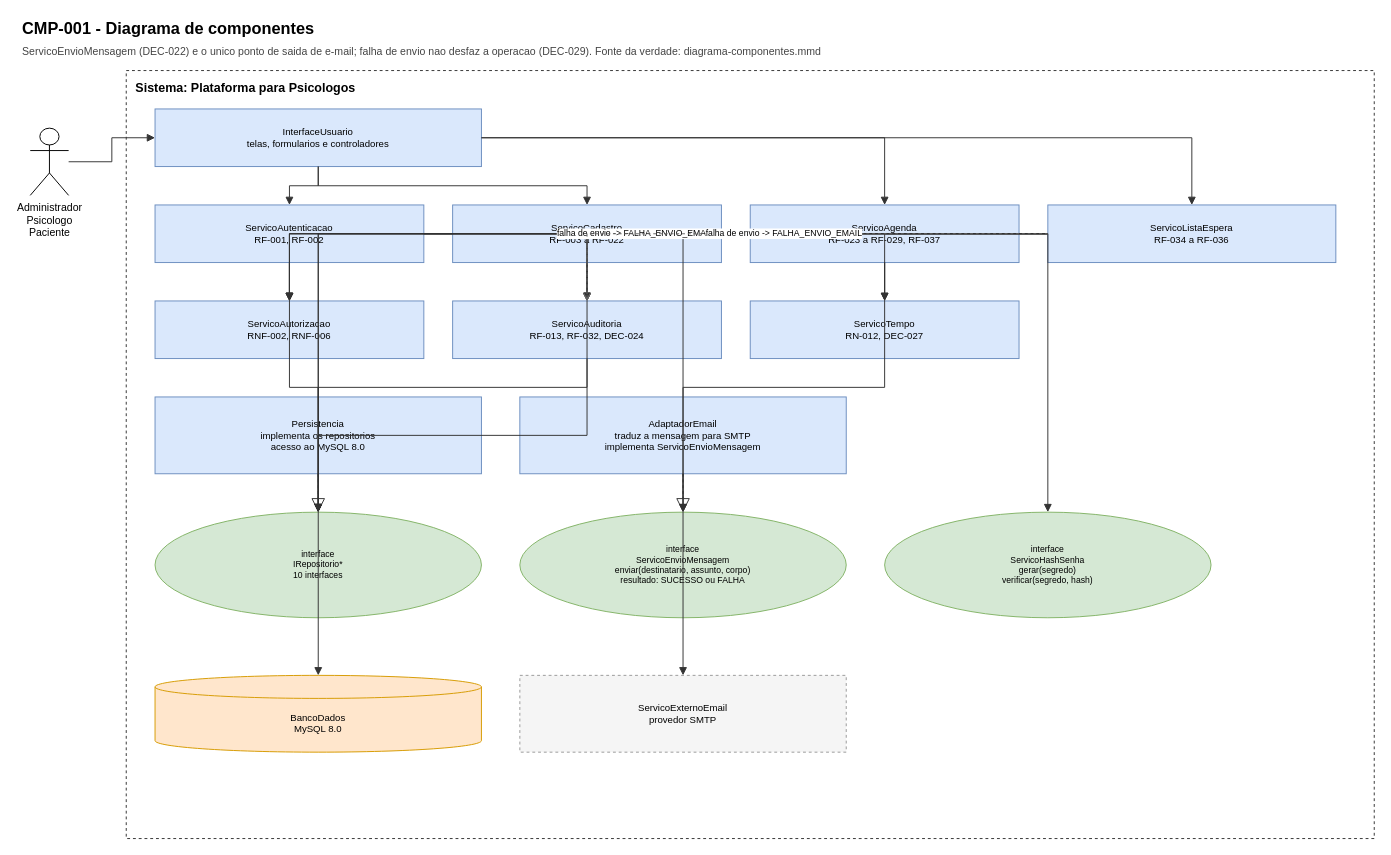
This is 03-uml/Componentes/diagrama-componentes.drawio.xml from taiyo4/MOO-AV3, a draw.io file, before an edit. Source tidied: cells renumbered, new cells numbered last; positions are measured from the earlier drawing's top-left corner, leaving out a move shared by most shapes. Both pictures are drawn from the tidied source at 96%, with x=0, y=0 at pixel (20, 16).
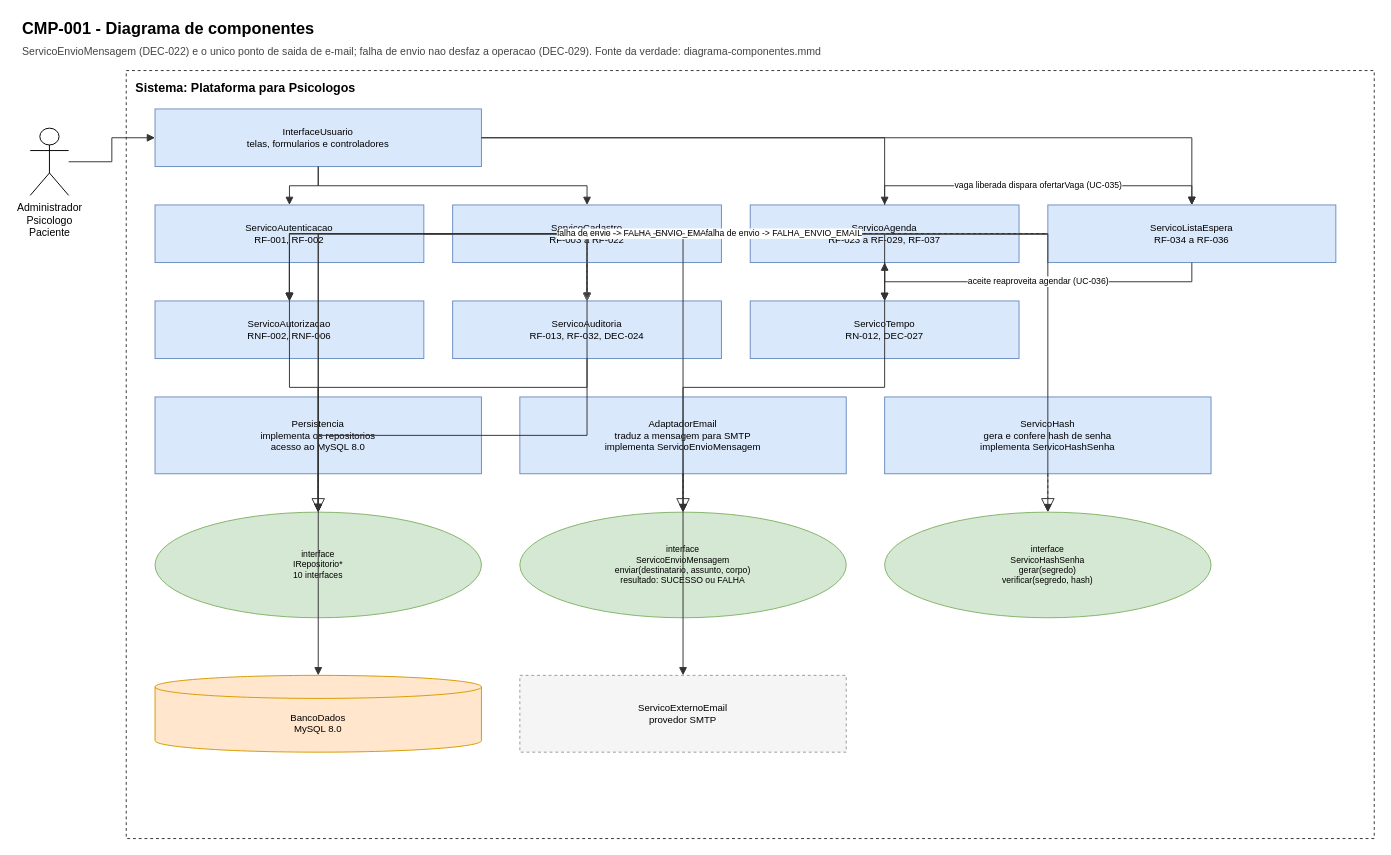
Above is the later version.

Unchanged cells that the change refers to:
```xml
<mxCell id="9" value="ServicoAgenda&lt;br&gt;RF-023 a RF-029, RF-037" style="rounded=0;whiteSpace=wrap;html=1;fillColor=#dae8fc;strokeColor=#6c8ebf;fontSize=10;align=center;verticalAlign=middle;" parent="1" vertex="1">
  <mxGeometry x="760" y="196" width="280" height="60" as="geometry" />
</mxCell>
<mxCell id="10" value="ServicoListaEspera&lt;br&gt;RF-034 a RF-036" style="rounded=0;whiteSpace=wrap;html=1;fillColor=#dae8fc;strokeColor=#6c8ebf;fontSize=10;align=center;verticalAlign=middle;" parent="1" vertex="1">
  <mxGeometry x="1070" y="196" width="300" height="60" as="geometry" />
</mxCell>
<mxCell id="18" value="interface&lt;br&gt;ServicoHashSenha&lt;br&gt;gerar(segredo)&lt;br&gt;verificar(segredo, hash)" style="ellipse;whiteSpace=wrap;html=1;fillColor=#d5e8d4;strokeColor=#82b366;fontSize=9;align=center;verticalAlign=middle;" parent="1" vertex="1">
  <mxGeometry x="900" y="516" width="340" height="110" as="geometry" />
</mxCell>
```

Diff of the diagram source:
```diff
@@
+    <mxCell id="50" value="ServicoHash&lt;br&gt;gera e confere hash de senha&lt;br&gt;implementa ServicoHashSenha" style="rounded=0;whiteSpace=wrap;html=1;fillColor=#dae8fc;strokeColor=#6c8ebf;fontSize=10;align=center;verticalAlign=middle;" parent="1" vertex="1">
+      <mxGeometry x="900" y="396" width="340" height="80" as="geometry" />
+    </mxCell>
@@
+    <mxCell id="51" style="edgeStyle=orthogonalEdgeStyle;rounded=0;html=1;endArrow=block;endFill=0;dashed=1;endSize=12;fontSize=9;labelBackgroundColor=#ffffff;strokeColor=#333333;" parent="1" edge="1" source="50" target="18">
+      <mxGeometry relative="1" as="geometry" />
+    </mxCell>
+    <mxCell id="52" value="vaga liberada dispara ofertarVaga (UC-035)" style="edgeStyle=orthogonalEdgeStyle;rounded=0;html=1;endArrow=block;endFill=1;fontSize=9;labelBackgroundColor=#ffffff;strokeColor=#333333;" parent="1" edge="1" source="9" target="10">
+      <mxGeometry relative="1" as="geometry">
+        <Array as="points">
+          <mxPoint x="900" y="176" />
+          <mxPoint x="1220" y="176" />
+        </Array>
+      </mxGeometry>
+    </mxCell>
+    <mxCell id="53" value="aceite reaproveita agendar (UC-036)" style="edgeStyle=orthogonalEdgeStyle;rounded=0;html=1;endArrow=block;endFill=1;fontSize=9;labelBackgroundColor=#ffffff;strokeColor=#333333;" parent="1" edge="1" source="10" target="9">
+      <mxGeometry relative="1" as="geometry">
+        <Array as="points">
+          <mxPoint x="1220" y="276" />
+          <mxPoint x="900" y="276" />
+        </Array>
+      </mxGeometry>
+    </mxCell>
```
